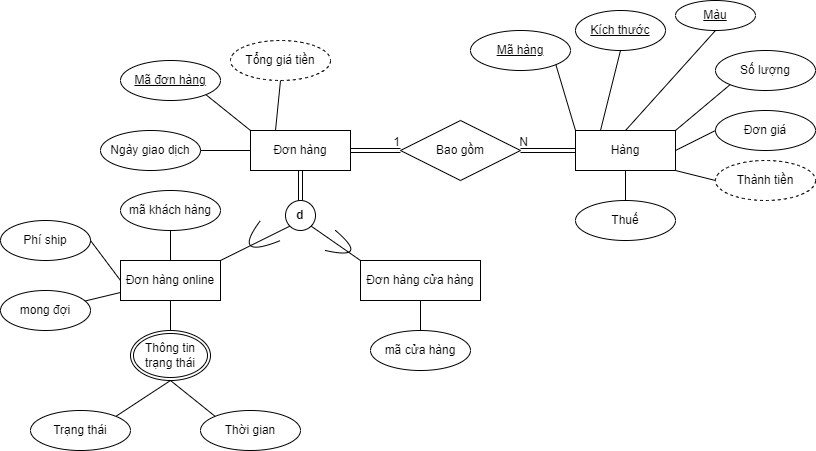
This is img/database/erd/shop_online-đơnhàng.png from hienbui-iwrp/DACN_report, a draw.io export, as it was before one commit. Source tidied: cells renumbered, new cells last; positions are measured from the earlier drawing's top-left corner, leaving out a move shared by most shapes.
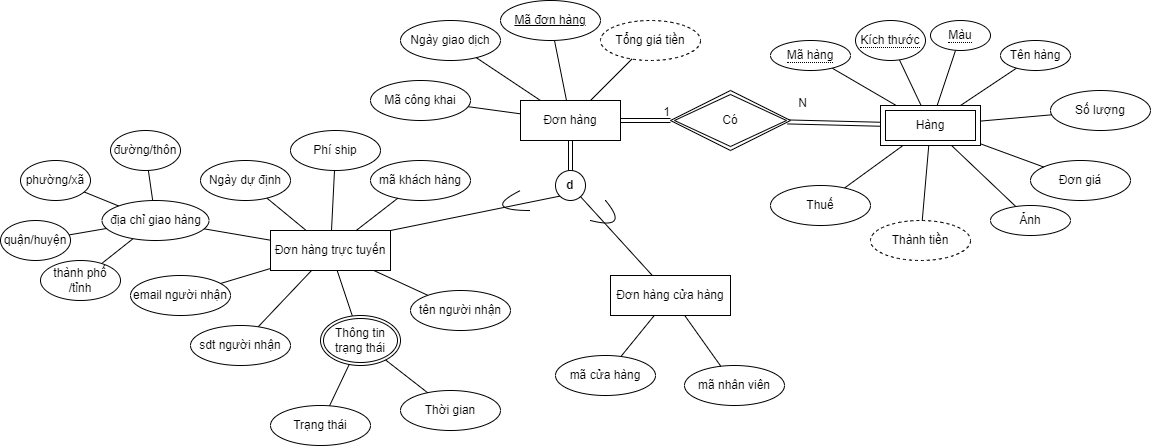
The same file after the commit.

What changed in the source:
```diff
@@ -6,21 +6,21 @@
       <mxGeometry x="250" y="130" width="100" height="40" as="geometry" />
     </mxCell>
     <mxCell id="3" value="Mã đơn hàng" style="ellipse;whiteSpace=wrap;html=1;align=center;fontStyle=4;" parent="1" vertex="1">
-      <mxGeometry x="120" y="60" width="100" height="40" as="geometry" />
+      <mxGeometry x="230" y="30" width="100" height="40" as="geometry" />
     </mxCell>
-    <mxCell id="4" style="endArrow=none;html=1;rounded=0;exitX=1;exitY=1;exitDx=0;exitDy=0;entryX=0;entryY=0;entryDx=0;entryDy=0;" parent="1" edge="1" source="3" target="2">
+    <mxCell id="4" style="endArrow=none;html=1;rounded=0;" parent="1" edge="1" source="3" target="2">
       <mxGeometry relative="1" as="geometry" />
     </mxCell>
     <mxCell id="5" value="Ngày giao dịch" style="ellipse;whiteSpace=wrap;html=1;align=center;" parent="1" vertex="1">
-      <mxGeometry x="100" y="130" width="100" height="40" as="geometry" />
+      <mxGeometry x="130" y="50" width="100" height="40" as="geometry" />
     </mxCell>
-    <mxCell id="6" style="endArrow=none;html=1;rounded=0;entryX=0;entryY=0.5;entryDx=0;entryDy=0;exitX=1;exitY=0.5;exitDx=0;exitDy=0;" parent="1" edge="1" source="5" target="2">
+    <mxCell id="6" style="endArrow=none;html=1;rounded=0;" parent="1" edge="1" source="5" target="2">
       <mxGeometry relative="1" as="geometry" />
     </mxCell>
     <mxCell id="7" value="Tổng giá tiền" style="ellipse;whiteSpace=wrap;html=1;align=center;dashed=1;" parent="1" vertex="1">
-      <mxGeometry x="230" y="40" width="100" height="40" as="geometry" />
+      <mxGeometry x="330" y="50" width="100" height="40" as="geometry" />
     </mxCell>
-    <mxCell id="8" style="endArrow=none;html=1;rounded=0;entryX=0.5;entryY=1;entryDx=0;entryDy=0;exitX=0.25;exitY=0;exitDx=0;exitDy=0;" parent="1" edge="1" source="2" target="7">
+    <mxCell id="8" style="endArrow=none;html=1;rounded=0;" parent="1" edge="1" source="2" target="7">
       <mxGeometry relative="1" as="geometry" />
     </mxCell>
     <mxCell id="9" value="d" style="ellipse;whiteSpace=wrap;html=1;fontStyle=1;" parent="1" vertex="1">
@@ -35,136 +35,205 @@
     <mxCell id="12" style="edgeStyle=none;rounded=0;jettySize=auto;html=1;endArrow=none;endFill=0;" parent="1" edge="1" source="13" target="51">
       <mxGeometry relative="1" as="geometry" />
     </mxCell>
+    <mxCell id="52" style="edgeStyle=none;rounded=0;jettySize=auto;html=1;endArrow=none;endFill=0;" parent="1" edge="1" source="13" target="59">
+      <mxGeometry relative="1" as="geometry" />
+    </mxCell>
-    <mxCell id="13" value="Đơn hàng online" style="whiteSpace=wrap;html=1;align=center;" parent="1" vertex="1">
-      <mxGeometry x="120" y="260" width="100" height="40" as="geometry" />
+    <mxCell id="13" value="Đơn hàng trực tuyến" style="whiteSpace=wrap;html=1;align=center;" parent="1" vertex="1">
+      <mxGeometry y="260" width="120" height="40" as="geometry" />
     </mxCell>
     <mxCell id="14" style="endArrow=none;html=1;rounded=0;entryX=0;entryY=1;entryDx=0;entryDy=0;exitX=1;exitY=0;exitDx=0;exitDy=0;" parent="1" edge="1" source="13" target="9">
       <mxGeometry relative="1" as="geometry" />
     </mxCell>
     <mxCell id="15" value="Đơn hàng cửa hàng" style="whiteSpace=wrap;html=1;align=center;" parent="1" vertex="1">
-      <mxGeometry x="360" y="260" width="120" height="40" as="geometry" />
+      <mxGeometry x="340" y="305" width="120" height="40" as="geometry" />
     </mxCell>
-    <mxCell id="16" style="endArrow=none;html=1;rounded=0;exitX=1;exitY=1;exitDx=0;exitDy=0;entryX=0;entryY=0;entryDx=0;entryDy=0;" parent="1" edge="1" source="9" target="15">
+    <mxCell id="16" style="endArrow=none;html=1;rounded=0;" parent="1" edge="1" source="9" target="15">
       <mxGeometry relative="1" as="geometry" />
     </mxCell>
     <mxCell id="17" style="curved=1;endArrow=none;html=1;rounded=0;sketch=0;endFill=0;" parent="1" edge="1">
       <mxGeometry relative="1" as="geometry">
-        <mxPoint x="325" y="250" as="sourcePoint" />
+        <mxPoint x="320" y="250" as="sourcePoint" />
         <mxPoint x="335" y="230" as="targetPoint" />
         <Array as="points">
-          <mxPoint x="370" y="260" />
+          <mxPoint x="360" y="260" />
         </Array>
       </mxGeometry>
     </mxCell>
     <mxCell id="18" style="curved=1;endArrow=none;html=1;rounded=0;sketch=0;endFill=0;" parent="1" edge="1">
       <mxGeometry relative="1" as="geometry">
-        <mxPoint x="280" y="240" as="sourcePoint" />
-        <mxPoint x="260" y="220" as="targetPoint" />
+        <mxPoint x="260" y="240" as="sourcePoint" />
+        <mxPoint x="250" y="220" as="targetPoint" />
         <Array as="points">
-          <mxPoint x="230" y="260" />
+          <mxPoint x="210" y="240" />
         </Array>
       </mxGeometry>
     </mxCell>
     <mxCell id="19" value="mã khách hàng" style="ellipse;whiteSpace=wrap;html=1;align=center;strokeWidth=1;" parent="1" vertex="1">
-      <mxGeometry x="120" y="190" width="100" height="40" as="geometry" />
+      <mxGeometry x="100" y="190" width="100" height="40" as="geometry" />
     </mxCell>
-    <mxCell id="20" style="endArrow=none;html=1;rounded=0;sketch=0;curved=1;entryX=0.5;entryY=0;entryDx=0;entryDy=0;exitX=0.5;exitY=1;exitDx=0;exitDy=0;" parent="1" edge="1" source="19" target="13">
+    <mxCell id="20" style="endArrow=none;html=1;rounded=0;sketch=0;curved=1;" parent="1" edge="1" source="19" target="13">
       <mxGeometry relative="1" as="geometry" />
     </mxCell>
     <mxCell id="21" value="mã cửa hàng" style="ellipse;whiteSpace=wrap;html=1;align=center;strokeWidth=1;" parent="1" vertex="1">
-      <mxGeometry x="370" y="330" width="100" height="40" as="geometry" />
+      <mxGeometry x="285" y="385" width="100" height="40" as="geometry" />
     </mxCell>
-    <mxCell id="22" style="endArrow=none;html=1;rounded=0;sketch=0;curved=1;exitX=0.5;exitY=1;exitDx=0;exitDy=0;entryX=0.5;entryY=0;entryDx=0;entryDy=0;" parent="1" edge="1" source="15" target="21">
+    <mxCell id="22" style="endArrow=none;html=1;rounded=0;sketch=0;curved=1;" parent="1" edge="1" source="15" target="21">
       <mxGeometry relative="1" as="geometry" />
     </mxCell>
-    <mxCell id="23" value="Bao gồm" style="shape=rhombus;perimeter=rhombusPerimeter;whiteSpace=wrap;html=1;align=center;strokeWidth=1;" parent="1" vertex="1">
-      <mxGeometry x="400" y="120" width="120" height="60" as="geometry" />
-    </mxCell>
-    <mxCell id="24" style="shape=link;html=1;rounded=0;sketch=0;endArrow=none;endFill=0;curved=1;exitX=1;exitY=0.5;exitDx=0;exitDy=0;entryX=0;entryY=0.5;entryDx=0;entryDy=0;" parent="1" edge="1" source="2" target="23">
+    <mxCell id="24" style="shape=link;html=1;rounded=0;sketch=0;endArrow=none;endFill=0;curved=1;exitX=1;exitY=0.5;exitDx=0;exitDy=0;" parent="1" edge="1" source="2" target="72">
       <mxGeometry relative="1" as="geometry" />
     </mxCell>
     <mxCell id="25" value="1" style="html=1;align=right;verticalAlign=bottom;strokeWidth=1;" parent="24" vertex="1">
       <mxGeometry x="1" relative="1" as="geometry" />
     </mxCell>
-    <mxCell id="26" value="Hàng" style="whiteSpace=wrap;html=1;align=center;strokeWidth=1;" parent="1" vertex="1">
-      <mxGeometry x="575" y="130" width="100" height="40" as="geometry" />
-    </mxCell>
-    <mxCell id="27" style="shape=link;html=1;rounded=0;sketch=0;endArrow=none;endFill=0;curved=1;entryX=1;entryY=0.5;entryDx=0;entryDy=0;exitX=0;exitY=0.5;exitDx=0;exitDy=0;" parent="1" edge="1" source="26" target="23">
+    <mxCell id="27" style="shape=link;html=1;rounded=0;sketch=0;endArrow=none;endFill=0;curved=1;" parent="1" edge="1" source="26" target="72">
       <mxGeometry relative="1" as="geometry" />
     </mxCell>
     <mxCell id="28" value="N" style="html=1;align=right;verticalAlign=bottom;strokeWidth=1;" parent="27" vertex="1">
       <mxGeometry x="1" relative="1" as="geometry">
-        <mxPoint x="8" as="offset" />
+        <mxPoint x="20" y="-10" as="offset" />
       </mxGeometry>
     </mxCell>
-    <mxCell id="29" value="Mã hàng" style="ellipse;whiteSpace=wrap;html=1;align=center;fontStyle=4;strokeWidth=1;" parent="1" vertex="1">
-      <mxGeometry x="470" y="30" width="100" height="40" as="geometry" />
-    </mxCell>
-    <mxCell id="30" style="endArrow=none;html=1;rounded=0;sketch=0;curved=1;exitX=0;exitY=0;exitDx=0;exitDy=0;entryX=1;entryY=1;entryDx=0;entryDy=0;" parent="1" edge="1" source="26" target="29">
+    <mxCell id="30" style="endArrow=none;html=1;rounded=0;sketch=0;curved=1;" parent="1" edge="1" source="26" target="29">
       <mxGeometry relative="1" as="geometry" />
     </mxCell>
     <mxCell id="31" value="Số lượng" style="ellipse;whiteSpace=wrap;html=1;align=center;strokeWidth=1;" parent="1" vertex="1">
-      <mxGeometry x="715" y="50" width="100" height="40" as="geometry" />
+      <mxGeometry x="780" y="120" width="100" height="40" as="geometry" />
     </mxCell>
-    <mxCell id="32" style="endArrow=none;html=1;rounded=0;sketch=0;curved=1;exitX=1;exitY=0;exitDx=0;exitDy=0;entryX=0;entryY=1;entryDx=0;entryDy=0;" parent="1" edge="1" source="26" target="31">
+    <mxCell id="32" style="endArrow=none;html=1;rounded=0;sketch=0;curved=1;" parent="1" edge="1" source="26" target="31">
       <mxGeometry relative="1" as="geometry" />
     </mxCell>
     <mxCell id="33" value="Đơn giá" style="ellipse;whiteSpace=wrap;html=1;align=center;strokeWidth=1;" parent="1" vertex="1">
-      <mxGeometry x="715" y="110" width="100" height="40" as="geometry" />
+      <mxGeometry x="760" y="190" width="100" height="40" as="geometry" />
     </mxCell>
-    <mxCell id="34" style="endArrow=none;html=1;rounded=0;sketch=0;curved=1;exitX=1;exitY=0.5;exitDx=0;exitDy=0;entryX=0;entryY=0.5;entryDx=0;entryDy=0;" parent="1" edge="1" source="26" target="33">
+    <mxCell id="34" style="endArrow=none;html=1;rounded=0;sketch=0;curved=1;" parent="1" edge="1" source="26" target="33">
       <mxGeometry relative="1" as="geometry" />
     </mxCell>
     <mxCell id="35" value="Thành tiền" style="ellipse;whiteSpace=wrap;html=1;align=center;strokeWidth=1;dashed=1;" parent="1" vertex="1">
-      <mxGeometry x="715" y="160" width="100" height="40" as="geometry" />
+      <mxGeometry x="600" y="250" width="100" height="40" as="geometry" />
     </mxCell>
-    <mxCell id="36" style="endArrow=none;html=1;rounded=0;sketch=0;curved=1;exitX=1;exitY=1;exitDx=0;exitDy=0;entryX=0;entryY=0.5;entryDx=0;entryDy=0;" parent="1" edge="1" source="26" target="35">
+    <mxCell id="36" style="endArrow=none;html=1;rounded=0;sketch=0;curved=1;" parent="1" edge="1" source="26" target="35">
       <mxGeometry relative="1" as="geometry" />
     </mxCell>
     <mxCell id="37" value="Phí ship" style="ellipse;whiteSpace=wrap;html=1;align=center;strokeWidth=1;" parent="1" vertex="1">
-      <mxGeometry y="220" width="90" height="40" as="geometry" />
+      <mxGeometry x="20" y="160" width="90" height="40" as="geometry" />
     </mxCell>
-    <mxCell id="38" style="endArrow=none;html=1;rounded=0;sketch=0;curved=1;entryX=0;entryY=0.5;entryDx=0;entryDy=0;exitX=1;exitY=0.5;exitDx=0;exitDy=0;" parent="1" edge="1" source="37" target="13">
+    <mxCell id="38" style="endArrow=none;html=1;rounded=0;sketch=0;curved=1;" parent="1" edge="1" source="37" target="13">
       <mxGeometry relative="1" as="geometry" />
     </mxCell>
     <mxCell id="39" value="Thuế" style="ellipse;whiteSpace=wrap;html=1;align=center;strokeWidth=1;" parent="1" vertex="1">
-      <mxGeometry x="575" y="200" width="100" height="40" as="geometry" />
+      <mxGeometry x="500" y="215" width="100" height="40" as="geometry" />
     </mxCell>
-    <mxCell id="40" style="endArrow=none;html=1;rounded=0;sketch=0;curved=1;exitX=0.5;exitY=1;exitDx=0;exitDy=0;entryX=0.5;entryY=0;entryDx=0;entryDy=0;" parent="1" edge="1" source="26" target="39">
+    <mxCell id="40" style="endArrow=none;html=1;rounded=0;sketch=0;curved=1;" parent="1" edge="1" source="26" target="39">
       <mxGeometry relative="1" as="geometry" />
     </mxCell>
-    <mxCell id="41" style="endArrow=none;html=1;rounded=0;sketch=0;curved=1;exitX=0.5;exitY=0;exitDx=0;exitDy=0;entryX=0.5;entryY=1;entryDx=0;entryDy=0;" parent="1" edge="1" source="46" target="13">
-      <mxGeometry relative="1" as="geometry" />
-    </mxCell>
-    <mxCell id="42" value="&lt;u&gt;Kích thước&lt;/u&gt;" style="ellipse;whiteSpace=wrap;html=1;align=center;" parent="1" vertex="1">
-      <mxGeometry x="575" y="10" width="90" height="40" as="geometry" />
-    </mxCell>
-    <mxCell id="43" style="endArrow=none;html=1;rounded=0;entryX=0.25;entryY=0;entryDx=0;entryDy=0;exitX=0.5;exitY=1;exitDx=0;exitDy=0;" parent="1" edge="1" source="42" target="26">
+    <mxCell id="43" style="endArrow=none;html=1;rounded=0;" parent="1" edge="1" source="42" target="26">
       <mxGeometry relative="1" as="geometry" />
     </mxCell>
-    <mxCell id="44" value="Màu" style="ellipse;whiteSpace=wrap;html=1;align=center;fontStyle=4;" parent="1" vertex="1">
-      <mxGeometry x="675" width="80" height="30" as="geometry" />
-    </mxCell>
-    <mxCell id="45" style="endArrow=none;html=1;rounded=0;exitX=0.5;exitY=0;exitDx=0;exitDy=0;entryX=0.5;entryY=1;entryDx=0;entryDy=0;" parent="1" edge="1" source="26" target="44">
+    <mxCell id="45" style="endArrow=none;html=1;rounded=0;" parent="1" edge="1" source="26" target="44">
       <mxGeometry relative="1" as="geometry" />
     </mxCell>
     <mxCell id="46" value="Thông tin trạng thái" style="ellipse;shape=doubleEllipse;margin=3;whiteSpace=wrap;html=1;align=center;" parent="1" vertex="1">
-      <mxGeometry x="130" y="330" width="80" height="50" as="geometry" />
+      <mxGeometry x="50" y="345" width="80" height="50" as="geometry" />
     </mxCell>
     <mxCell id="47" value="Trạng thái" style="ellipse;whiteSpace=wrap;html=1;align=center;" parent="1" vertex="1">
-      <mxGeometry x="30" y="410" width="100" height="40" as="geometry" />
+      <mxGeometry y="435" width="100" height="40" as="geometry" />
     </mxCell>
     <mxCell id="48" value="Thời gian" style="ellipse;whiteSpace=wrap;html=1;align=center;" parent="1" vertex="1">
-      <mxGeometry x="200" y="410" width="100" height="40" as="geometry" />
+      <mxGeometry x="130" y="420" width="100" height="40" as="geometry" />
     </mxCell>
-    <mxCell id="49" style="endArrow=none;html=1;rounded=0;exitX=1;exitY=0;exitDx=0;exitDy=0;entryX=0.5;entryY=1;entryDx=0;entryDy=0;" parent="1" edge="1" source="47" target="46">
+    <mxCell id="49" style="endArrow=none;html=1;rounded=0;" parent="1" edge="1" source="47" target="46">
       <mxGeometry relative="1" as="geometry" />
     </mxCell>
-    <mxCell id="50" style="endArrow=none;html=1;rounded=0;exitX=0.5;exitY=1;exitDx=0;exitDy=0;entryX=0;entryY=0;entryDx=0;entryDy=0;" parent="1" edge="1" source="46" target="48">
+    <mxCell id="50" style="endArrow=none;html=1;rounded=0;" parent="1" edge="1" source="46" target="48">
       <mxGeometry relative="1" as="geometry" />
     </mxCell>
-    <mxCell id="51" value="mong đợi" style="ellipse;whiteSpace=wrap;html=1;align=center;strokeWidth=1;" parent="1" vertex="1">
-      <mxGeometry y="290" width="90" height="40" as="geometry" />
+    <mxCell id="51" value="Ngày dự định" style="ellipse;whiteSpace=wrap;html=1;align=center;strokeWidth=1;" parent="1" vertex="1">
+      <mxGeometry x="-70" y="190" width="90" height="40" as="geometry" />
     </mxCell>
+    <mxCell id="53" value="Mã công khai" style="ellipse;whiteSpace=wrap;html=1;align=center;" parent="1" vertex="1">
+      <mxGeometry x="100" y="110" width="100" height="40" as="geometry" />
+    </mxCell>
+    <mxCell id="54" style="endArrow=none;html=1;rounded=0;" parent="1" edge="1" source="53" target="2">
+      <mxGeometry relative="1" as="geometry" />
+    </mxCell>
+    <mxCell id="55" style="edgeStyle=none;rounded=0;jettySize=auto;html=1;endArrow=none;endFill=0;" parent="1" edge="1" source="59" target="60">
+      <mxGeometry relative="1" as="geometry" />
+    </mxCell>
+    <mxCell id="56" style="edgeStyle=none;rounded=0;jettySize=auto;html=1;endArrow=none;endFill=0;" parent="1" edge="1" source="59" target="61">
+      <mxGeometry relative="1" as="geometry" />
+    </mxCell>
+    <mxCell id="57" style="edgeStyle=none;rounded=0;jettySize=auto;html=1;endArrow=none;endFill=0;" parent="1" edge="1" source="59" target="62">
+      <mxGeometry relative="1" as="geometry" />
+    </mxCell>
+    <mxCell id="58" style="edgeStyle=none;rounded=0;jettySize=auto;html=1;endArrow=none;endFill=0;" parent="1" edge="1" source="59" target="63">
+      <mxGeometry relative="1" as="geometry" />
+    </mxCell>
+    <mxCell id="59" value="địa chỉ giao hàng" style="ellipse;whiteSpace=wrap;html=1;" parent="1" vertex="1">
+      <mxGeometry x="-168.5" y="230" width="107" height="40" as="geometry" />
+    </mxCell>
+    <mxCell id="60" value="đường/thôn" style="ellipse;whiteSpace=wrap;html=1;" parent="1" vertex="1">
+      <mxGeometry x="-160" y="160" width="70" height="40" as="geometry" />
+    </mxCell>
+    <mxCell id="61" value="phường/xã" style="ellipse;whiteSpace=wrap;html=1;" parent="1" vertex="1">
+      <mxGeometry x="-250" y="190" width="70" height="40" as="geometry" />
+    </mxCell>
+    <mxCell id="62" value="thành phố /tỉnh" style="ellipse;whiteSpace=wrap;html=1;" parent="1" vertex="1">
+      <mxGeometry x="-230" y="290" width="80" height="40" as="geometry" />
+    </mxCell>
+    <mxCell id="63" value="quận/huyện" style="ellipse;whiteSpace=wrap;html=1;" parent="1" vertex="1">
+      <mxGeometry x="-270" y="250" width="70" height="40" as="geometry" />
+    </mxCell>
+    <mxCell id="64" style="edgeStyle=none;rounded=0;jettySize=auto;html=1;endArrow=none;endFill=0;" parent="1" edge="1" source="65" target="13">
+      <mxGeometry relative="1" as="geometry" />
+    </mxCell>
+    <mxCell id="65" value="tên người nhận" style="ellipse;whiteSpace=wrap;html=1;align=center;strokeWidth=1;" parent="1" vertex="1">
+      <mxGeometry x="140" y="320" width="100" height="40" as="geometry" />
+    </mxCell>
+    <mxCell id="66" style="edgeStyle=none;rounded=0;jettySize=auto;html=1;endArrow=none;endFill=0;" parent="1" edge="1" source="67" target="13">
+      <mxGeometry relative="1" as="geometry" />
+    </mxCell>
+    <mxCell id="67" value="email người nhận" style="ellipse;whiteSpace=wrap;html=1;align=center;strokeWidth=1;" parent="1" vertex="1">
+      <mxGeometry x="-140" y="305" width="100" height="40" as="geometry" />
+    </mxCell>
+    <mxCell id="68" style="edgeStyle=none;rounded=0;jettySize=auto;html=1;endArrow=none;endFill=0;" parent="1" edge="1" source="69" target="13">
+      <mxGeometry relative="1" as="geometry" />
+    </mxCell>
+    <mxCell id="69" value="sdt người nhận" style="ellipse;whiteSpace=wrap;html=1;align=center;strokeWidth=1;" parent="1" vertex="1">
+      <mxGeometry x="-80" y="355" width="100" height="40" as="geometry" />
+    </mxCell>
+    <mxCell id="70" value="mã nhân viên" style="ellipse;whiteSpace=wrap;html=1;align=center;strokeWidth=1;" parent="1" vertex="1">
+      <mxGeometry x="414" y="395" width="100" height="40" as="geometry" />
+    </mxCell>
+    <mxCell id="71" style="endArrow=none;html=1;rounded=0;sketch=0;curved=1;" parent="1" edge="1" source="15" target="70">
+      <mxGeometry relative="1" as="geometry" />
+    </mxCell>
+    <mxCell id="72" value="Có" style="shape=rhombus;double=1;perimeter=rhombusPerimeter;whiteSpace=wrap;html=1;align=center;" parent="1" vertex="1">
+      <mxGeometry x="400" y="120" width="120" height="60" as="geometry" />
+    </mxCell>
+    <mxCell id="73" style="edgeStyle=none;rounded=0;jettySize=auto;html=1;endArrow=none;endFill=0;" parent="1" edge="1" source="26" target="75">
+      <mxGeometry relative="1" as="geometry" />
+    </mxCell>
+    <mxCell id="74" style="edgeStyle=none;rounded=0;jettySize=auto;html=1;endArrow=none;endFill=0;" parent="1" edge="1" source="26" target="76">
+      <mxGeometry relative="1" as="geometry" />
+    </mxCell>
+    <mxCell id="26" value="Hàng" style="shape=ext;margin=3;double=1;whiteSpace=wrap;html=1;align=center;" parent="1" vertex="1">
+      <mxGeometry x="610" y="135" width="100" height="40" as="geometry" />
+    </mxCell>
+    <mxCell id="29" value="&lt;span style=&quot;border-bottom: 1px dotted&quot;&gt;Mã hàng&lt;/span&gt;" style="ellipse;whiteSpace=wrap;html=1;align=center;" parent="1" vertex="1">
+      <mxGeometry x="500" y="70" width="80" height="30" as="geometry" />
+    </mxCell>
+    <mxCell id="42" value="&lt;span style=&quot;border-bottom: 1px dotted&quot;&gt;Kích thước&lt;/span&gt;" style="ellipse;whiteSpace=wrap;html=1;align=center;" parent="1" vertex="1">
+      <mxGeometry x="585" y="50" width="70" height="40" as="geometry" />
+    </mxCell>
+    <mxCell id="44" value="&lt;span style=&quot;border-bottom: 1px dotted&quot;&gt;Màu&lt;/span&gt;" style="ellipse;whiteSpace=wrap;html=1;align=center;" parent="1" vertex="1">
+      <mxGeometry x="660" y="50" width="60" height="30" as="geometry" />
+    </mxCell>
+    <mxCell id="75" value="Tên hàng" style="ellipse;whiteSpace=wrap;html=1;" parent="1" vertex="1">
+      <mxGeometry x="730" y="70" width="70" height="30" as="geometry" />
+    </mxCell>
+    <mxCell id="76" value="Ảnh" style="ellipse;whiteSpace=wrap;html=1;align=center;" parent="1" vertex="1">
+      <mxGeometry x="720" y="235" width="80" height="30" as="geometry" />
+    </mxCell>
   </root>
 </mxGraphModel>
```
